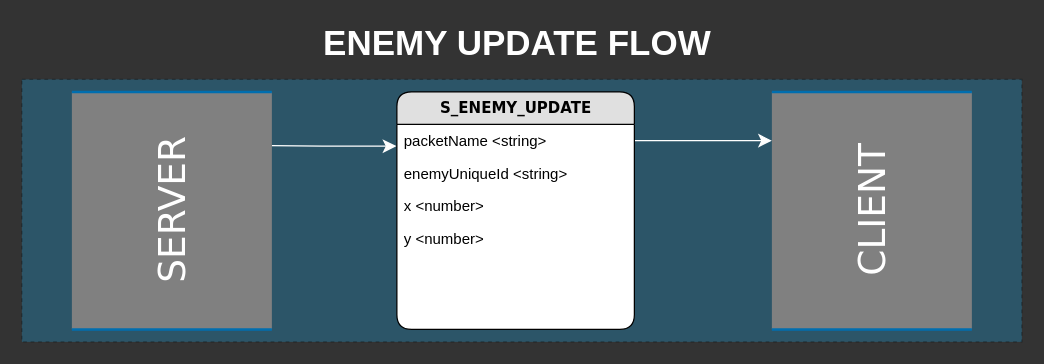
Earlier version of the draw.io diagram page "ENEMY_DEATH" (7 of 7) of documentation/Packets Diagram.drawio (TresComaCatorce/MMORPG). Source tidied: cells renumbered, new cells numbered last; positions are measured from the earlier drawing's top-left corner, leaving out a move shared by most shapes. Both pictures are drawn from the tidied source at 125%, with x=0, y=0 at pixel (21, 28).
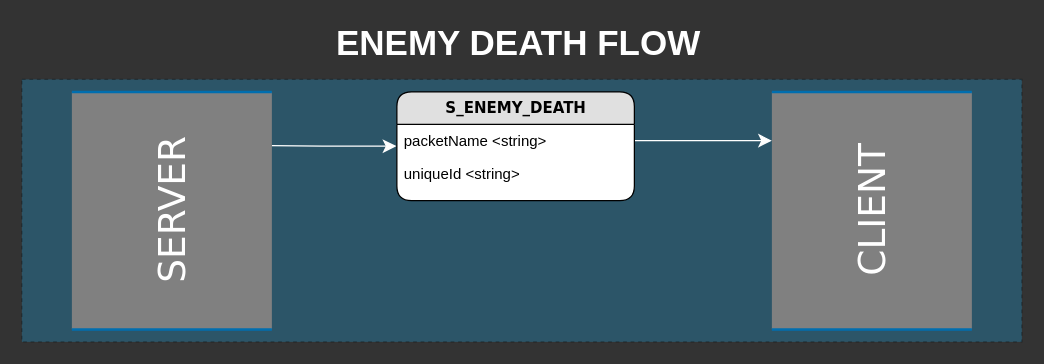
Above is the later version.

Change to the diagram source:
```diff
@@
 <mxGraphModel background="#333333">
   <root>
     <mxCell id="0" />
     <mxCell id="1" parent="0" />
     <mxCell id="2" style="rounded=0;whiteSpace=wrap;html=1;shadow=0;fillColor=#1ba1e2;dashed=1;fontColor=#ffffff;opacity=30;" parent="1" vertex="1">
       <mxGeometry y="41" width="800" height="210" as="geometry" />
     </mxCell>
     <mxCell id="3" style="edgeStyle=orthogonalEdgeStyle;html=1;entryX=-0.002;entryY=0.669;labelBackgroundColor=none;startFill=0;startSize=8;endFill=1;endSize=8;fontFamily=Verdana;fontSize=12;entryDx=0;entryDy=0;entryPerimeter=0;fontColor=#FFFFFF;strokeColor=#FFFFFF;" parent="1" edge="1" target="9">
       <mxGeometry relative="1" as="geometry">
         <mxPoint x="200" y="94" as="sourcePoint" />
       </mxGeometry>
     </mxCell>
     <mxCell id="4" value="&lt;span style=&quot;font-size: 30px;&quot;&gt;SERVER&lt;br style=&quot;font-size: 30px;&quot;&gt;&lt;/span&gt;" style="html=1;rounded=0;shadow=0;comic=0;labelBackgroundColor=none;strokeWidth=2;fontFamily=Verdana;fontSize=30;align=center;shape=mxgraph.ios7ui.horLines;strokeColor=#006EAF;fillColor=#808080;fontStyle=0;labelBorderColor=none;horizontal=0;fontColor=#FFFFFF;" parent="1" vertex="1">
       <mxGeometry x="40" y="51" width="160" height="190" as="geometry" />
     </mxCell>
     <mxCell id="5" style="edgeStyle=orthogonalEdgeStyle;html=1;exitX=1;exitY=0.5;labelBackgroundColor=none;startFill=0;startSize=8;endFill=1;endSize=8;fontFamily=Verdana;fontSize=12;exitDx=0;exitDy=0;fontColor=#FFFFFF;strokeColor=#FFFFFF;" parent="1" edge="1" source="9">
       <mxGeometry relative="1" as="geometry">
         <mxPoint x="600" y="90" as="targetPoint" />
       </mxGeometry>
     </mxCell>
     <mxCell id="6" value="&lt;span style=&quot;font-size: 30px;&quot;&gt;CLIENT&lt;/span&gt;" style="html=1;rounded=0;shadow=0;comic=0;labelBackgroundColor=none;strokeWidth=2;fontFamily=Verdana;fontSize=30;align=center;shape=mxgraph.ios7ui.horLines;strokeColor=#006EAF;fillColor=#808080;fontStyle=0;labelBorderColor=none;horizontal=0;fontColor=#FFFFFF;" parent="1" vertex="1">
       <mxGeometry x="600" y="51" width="160" height="190" as="geometry" />
     </mxCell>
-    <mxCell id="7" value="&lt;font style=&quot;font-size: 28px&quot;&gt;&lt;b&gt;ENEMY UPDATE FLOW&lt;/b&gt;&lt;/font&gt;" style="text;html=1;align=center;verticalAlign=middle;fontColor=#FFFFFF;" parent="1" vertex="1">
-      <mxGeometry x="236" width="320" height="23" as="geometry" />
+    <mxCell id="7" value="&lt;font style=&quot;font-size: 28px&quot;&gt;&lt;b&gt;ENEMY DEATH FLOW&lt;/b&gt;&lt;/font&gt;" style="text;html=1;align=center;verticalAlign=middle;fontColor=#FFFFFF;" parent="1" vertex="1">
+      <mxGeometry x="246" width="301" height="23" as="geometry" />
     </mxCell>
-    <mxCell id="8" value="S_ENEMY_UPDATE" style="swimlane;html=1;fontStyle=1;horizontal=1;startSize=26;fillColor=#e0e0e0;swimlaneFillColor=#ffffff;align=center;rounded=1;shadow=0;comic=0;labelBackgroundColor=none;strokeWidth=1;fontFamily=Verdana;fontSize=12;fontColor=#000000;" parent="1" vertex="1">
-      <mxGeometry x="300" y="51" width="190" height="190" as="geometry" />
+    <mxCell id="8" value="S_ENEMY_DEATH" style="swimlane;html=1;fontStyle=1;horizontal=1;startSize=26;fillColor=#e0e0e0;swimlaneFillColor=#ffffff;align=center;rounded=1;shadow=0;comic=0;labelBackgroundColor=none;strokeWidth=1;fontFamily=Verdana;fontSize=12;fontColor=#000000;" parent="1" vertex="1">
+      <mxGeometry x="300" y="51" width="190" height="87" as="geometry" />
     </mxCell>
     <mxCell id="9" value="packetName &amp;lt;string&amp;gt;" style="text;html=1;strokeColor=none;fillColor=none;spacingLeft=4;spacingRight=4;whiteSpace=wrap;overflow=hidden;points=[[0,0.5],[1,0.5]];portConstraint=eastwest;fontColor=#000000;" parent="8" vertex="1">
       <mxGeometry y="26" width="190" height="26" as="geometry" />
     </mxCell>
-    <mxCell id="10" value="enemyUniqueId &amp;lt;string&amp;gt;" style="text;html=1;strokeColor=none;fillColor=none;spacingLeft=4;spacingRight=4;whiteSpace=wrap;overflow=hidden;fontColor=#000000;" parent="8" vertex="1">
+    <mxCell id="10" value="uniqueId &amp;lt;string&amp;gt;" style="text;html=1;strokeColor=none;fillColor=none;spacingLeft=4;spacingRight=4;whiteSpace=wrap;overflow=hidden;fontColor=#000000;" parent="8" vertex="1">
       <mxGeometry y="52" width="190" height="26" as="geometry" />
     </mxCell>
-    <mxCell id="11" value="x &amp;lt;number&amp;gt;" style="text;html=1;strokeColor=none;fillColor=none;spacingLeft=4;spacingRight=4;whiteSpace=wrap;overflow=hidden;fontColor=#000000;" parent="8" vertex="1">
-      <mxGeometry y="78" width="190" height="26" as="geometry" />
-    </mxCell>
-    <mxCell id="12" value="y &amp;lt;number&amp;gt;" style="text;html=1;strokeColor=none;fillColor=none;spacingLeft=4;spacingRight=4;whiteSpace=wrap;overflow=hidden;fontColor=#000000;" parent="8" vertex="1">
-      <mxGeometry y="104" width="190" height="26" as="geometry" />
-    </mxCell>
   </root>
 </mxGraphModel>
```
